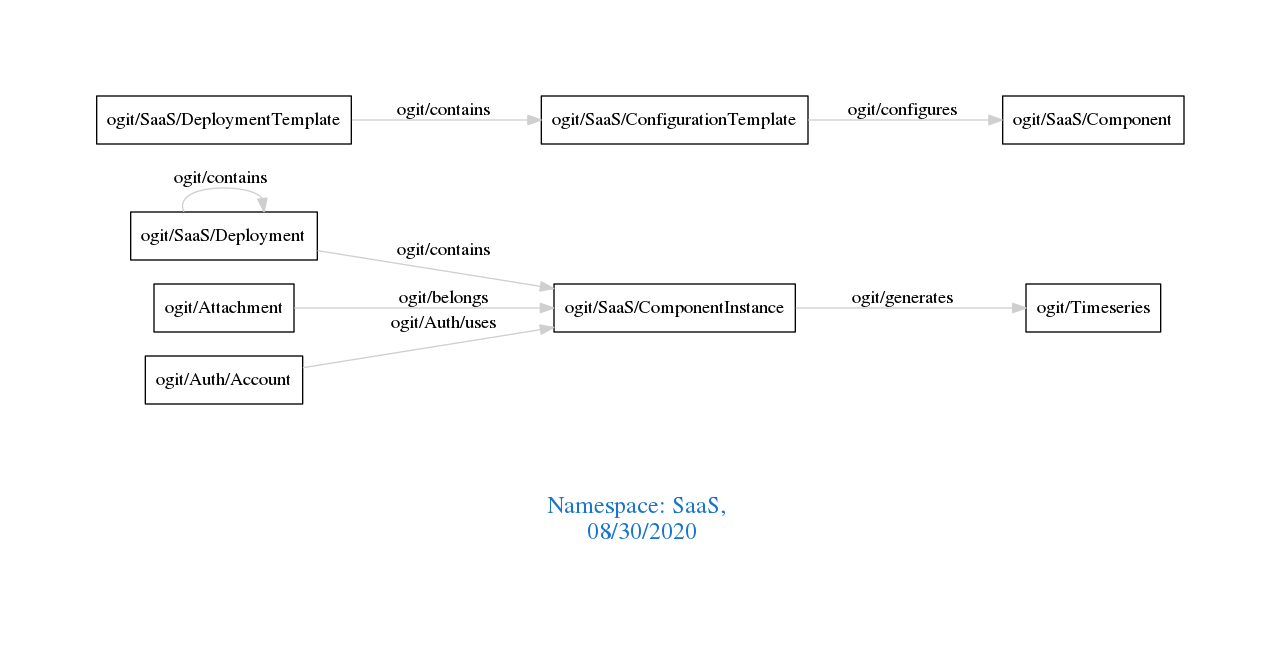
arago/OGIT keeps this Graphviz diagram as downloads/SaaS.png. Above is the earlier version. Its source is kept beside it as downloads/SaaS.dot.
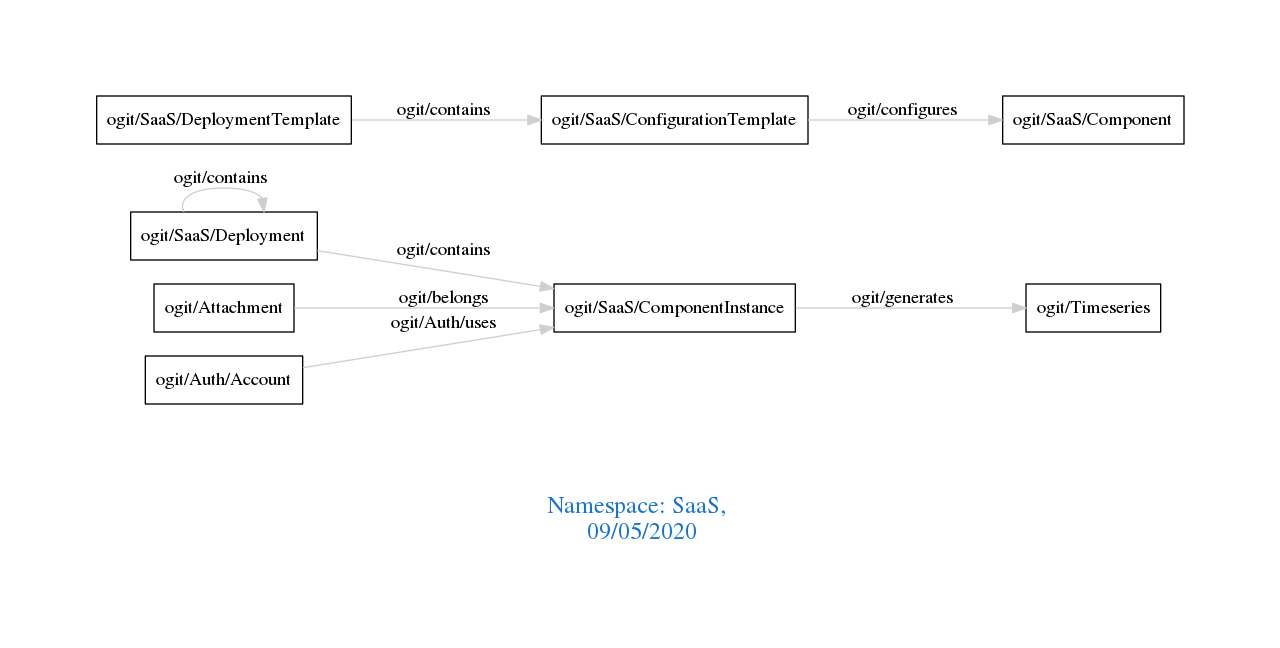
Later version of the same file.

What changed in the source:
```diff
@@ -1,7 +1,7 @@
 digraph OGIT_ontology {
  graph [ rankdir= LR,pad=1
 fontsize = 18,
-fontcolor= dodgerblue3,label = "\n\n\nNamespace: SaaS, \n 08/30/2020"];
+fontcolor= dodgerblue3,label = "\n\n\nNamespace: SaaS, \n 09/05/2020"];
 node[shape=polygon];
 edge [  color="gray81"];
 
```
